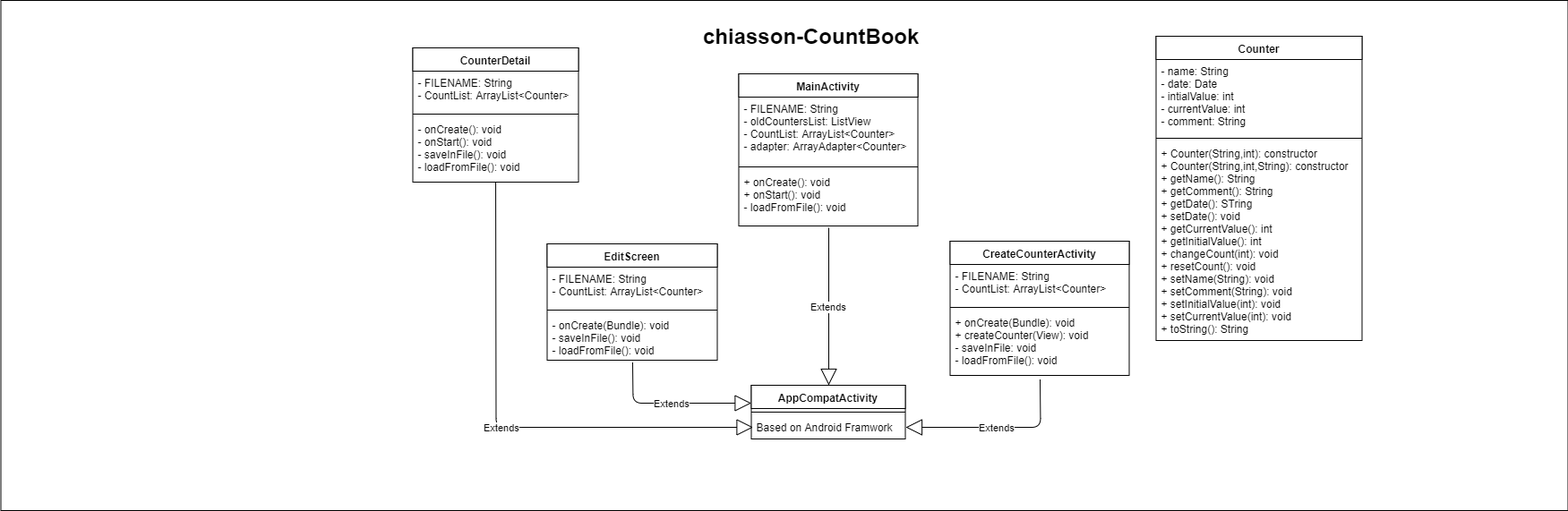
Before: doc/chiasson-CountBook.png, a diagram exported from draw.io (cchiasson/CountBook). Source tidied: cells renumbered, new cells last; positions are measured from the earlier drawing's top-left corner, leaving out a move shared by most shapes.
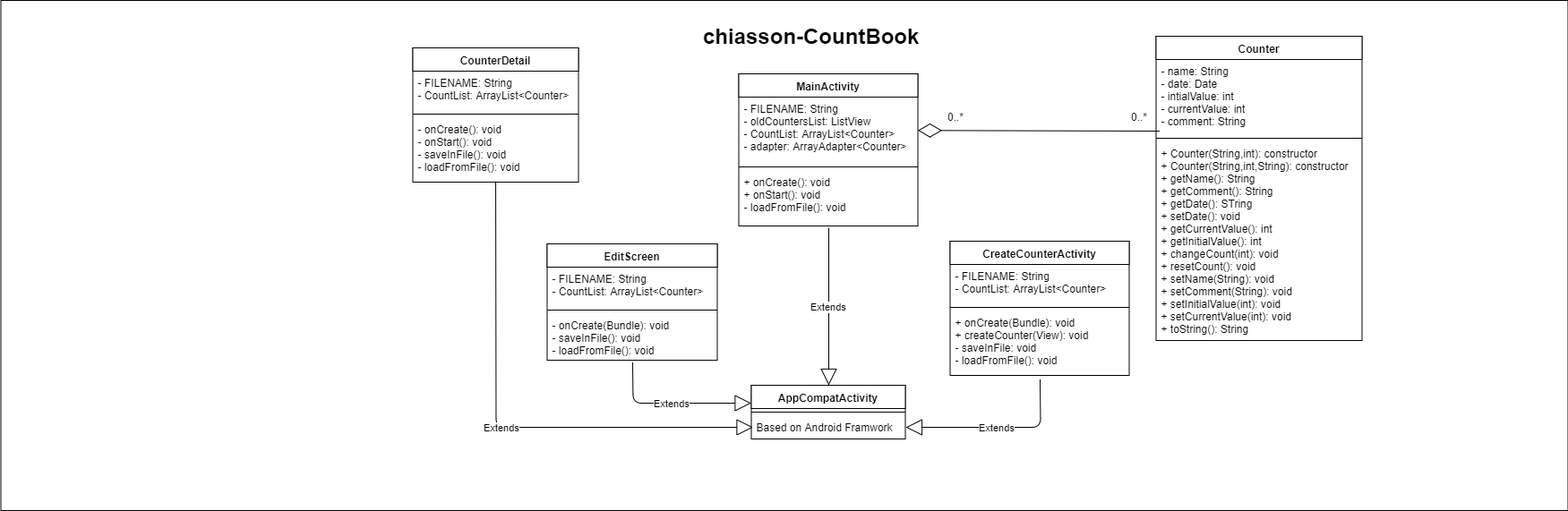
The same diagram one commit later.

The edit, as a diff of the source:
```diff
@@ -103,5 +103,16 @@
         </Array>
       </mxGeometry>
     </mxCell>
+    <mxCell id="31" style="endArrow=diamondThin;endFill=0;endSize=24;html=1;" parent="1" edge="1" target="5">
+      <mxGeometry relative="1" as="geometry">
+        <mxPoint x="1294" y="146" as="sourcePoint" />
+      </mxGeometry>
+    </mxCell>
+    <mxCell id="32" value="0..*" style="text;html=1;align=left;verticalAlign=top;spacingTop=-4;" parent="1" vertex="1">
+      <mxGeometry x="1055" y="121" width="30" height="20" as="geometry" />
+    </mxCell>
+    <mxCell id="33" value="0..*" style="text;html=1;align=left;verticalAlign=top;spacingTop=-4;" parent="1" vertex="1">
+      <mxGeometry x="1260" y="121" width="30" height="20" as="geometry" />
+    </mxCell>
   </root>
 </mxGraphModel>
```
